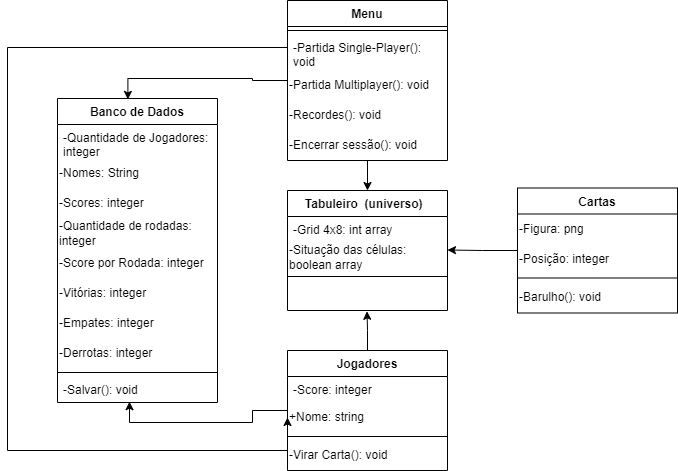
The draw.io diagram Diagrama de Classes.drawio.png in FelipeRibeirooo/Entrega-03-OO-UML, before a commit. Source tidied: cells renumbered, new cells last; positions are measured from the earlier drawing's top-left corner, leaving out a move shared by most shapes.
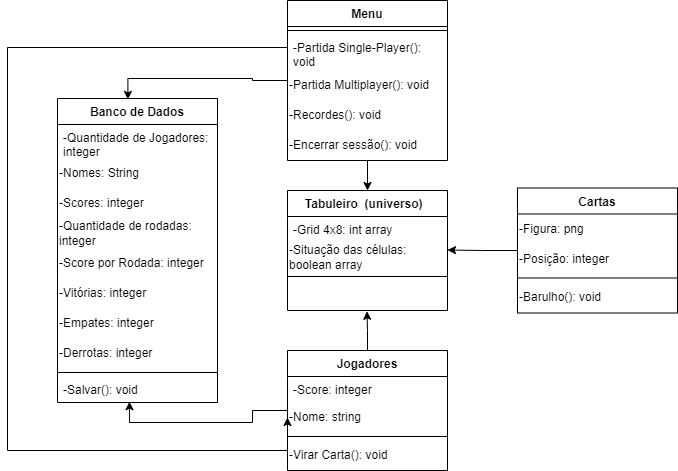
Later version of the same file.

What changed in the source:
```diff
@@ -23,7 +23,7 @@
     <mxCell id="8" value="-Score: integer" style="text;align=left;verticalAlign=top;spacingLeft=4;spacingRight=4;overflow=hidden;" parent="7" vertex="1">
       <mxGeometry y="26" width="160" height="26" as="geometry" />
     </mxCell>
-    <mxCell id="9" value="&lt;div align=&quot;left&quot;&gt;+Nome: string &lt;br&gt;&lt;/div&gt;" style="text;html=1;strokeColor=none;fillColor=none;align=left;verticalAlign=middle;whiteSpace=wrap;rounded=0;" parent="7" vertex="1">
+    <mxCell id="9" value="&lt;div align=&quot;left&quot;&gt;-Nome: string &lt;br&gt;&lt;/div&gt;" style="text;html=1;strokeColor=none;fillColor=none;align=left;verticalAlign=middle;whiteSpace=wrap;rounded=0;" parent="7" vertex="1">
       <mxGeometry y="52" width="160" height="30" as="geometry" />
     </mxCell>
     <mxCell id="10" style="line;html=1;strokeWidth=1;align=left;verticalAlign=middle;spacingTop=-1;spacingLeft=3;spacingRight=3;labelPosition=right;" parent="7" vertex="1">
```
